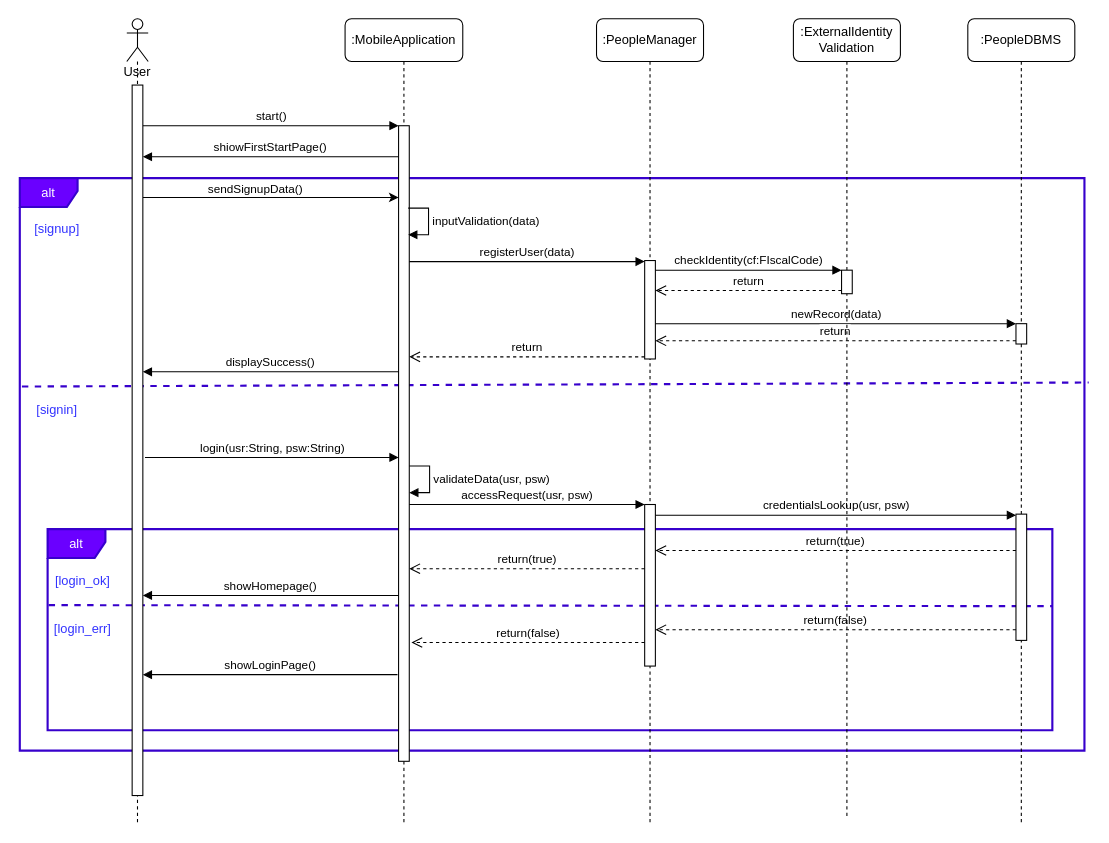
The draw.io diagram Diagrams/Sequence/sequence_customer_signup.drawio in pollo-fritto/PozziNeroniVetere, before the edit. Source tidied: cells renumbered, new cells numbered last; positions are measured from the earlier drawing's top-left corner, leaving out a move shared by most shapes. Both pictures are drawn from the tidied source at 107%, with x=0, y=0 at pixel (19, 18).
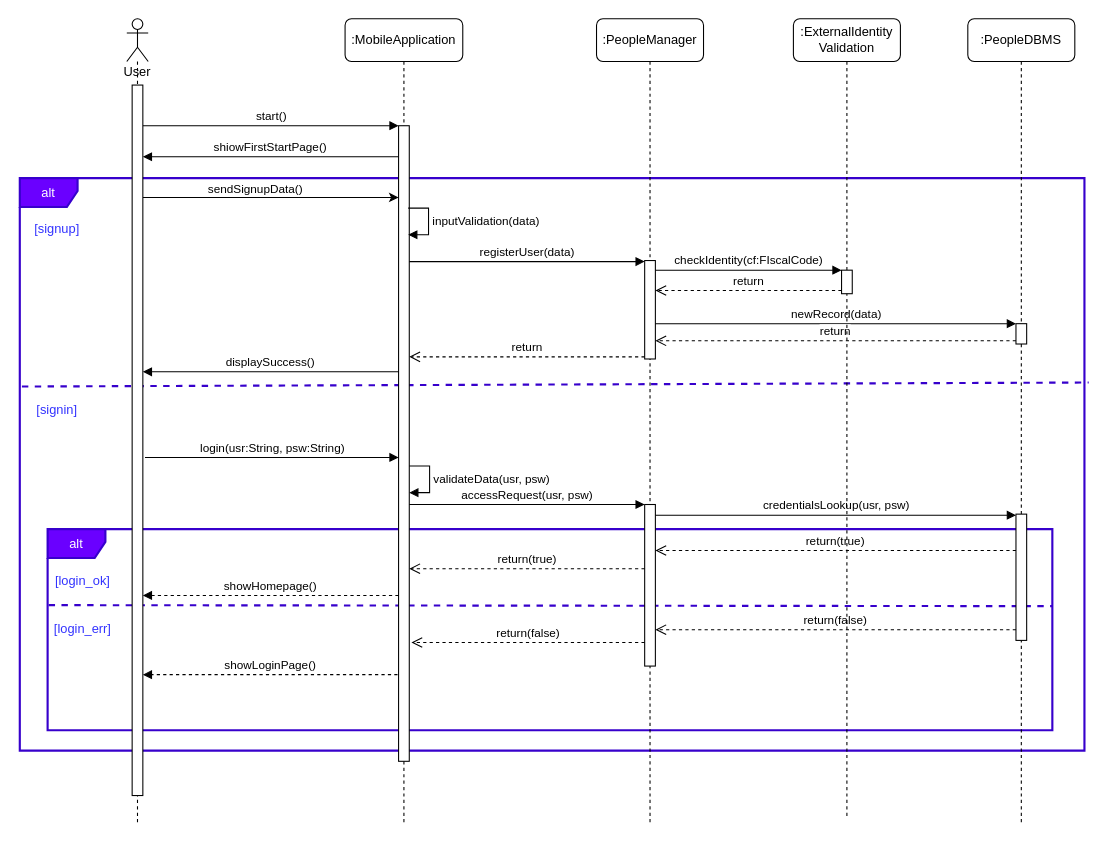
The same page after the edit.

The change refers to these unchanged cells:
```xml
<mxCell id="7" style="html=1;points=[];perimeter=orthogonalPerimeter;rounded=0;shadow=0;comic=0;labelBackgroundColor=none;strokeWidth=1;fontFamily=Verdana;fontSize=12;align=center;" parent="6" vertex="1">
  <mxGeometry x="50" y="100" width="10" height="594" as="geometry" />
</mxCell>
```

The edit, as a diff of the source:
```diff
@@
-    <mxCell id="31" value="showLoginPage()" style="html=1;verticalAlign=bottom;endArrow=block;" parent="1" edge="1">
+    <mxCell id="31" value="showLoginPage()" style="html=1;verticalAlign=bottom;endArrow=block;dashed=1;" parent="1" edge="1">
       <mxGeometry relative="1" as="geometry">
         <mxPoint x="353" y="613" as="sourcePoint" />
         <mxPoint x="115" y="613" as="targetPoint" />
       </mxGeometry>
     </mxCell>
@@
-    <mxCell id="33" value="showHomepage()" style="html=1;verticalAlign=bottom;endArrow=block;" parent="1" edge="1" source="7">
+    <mxCell id="33" value="showHomepage()" style="html=1;verticalAlign=bottom;endArrow=block;dashed=1;" parent="1" edge="1" source="7">
       <mxGeometry relative="1" as="geometry">
         <mxPoint x="115" y="539" as="targetPoint" />
         <Array as="points">
           <mxPoint x="254" y="539" />
         </Array>
       </mxGeometry>
     </mxCell>
```
